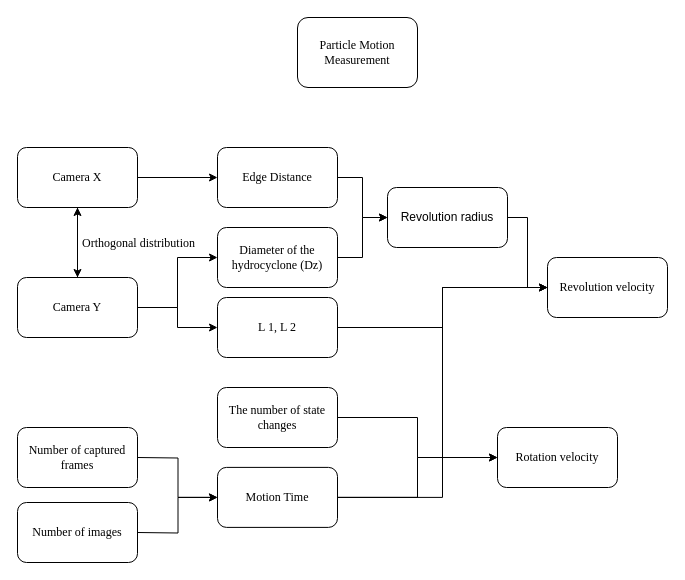
14790897/550-preprocess keeps this draw.io diagram as cvat数据来源/未命名绘图.drawio. Above is the earlier version. Source tidied: cells renumbered, new cells numbered last; positions are measured from the earlier drawing's top-left corner, leaving out a move shared by most shapes. Both pictures are drawn from the tidied source at 100%, with x=0, y=0 at pixel (17, 17).
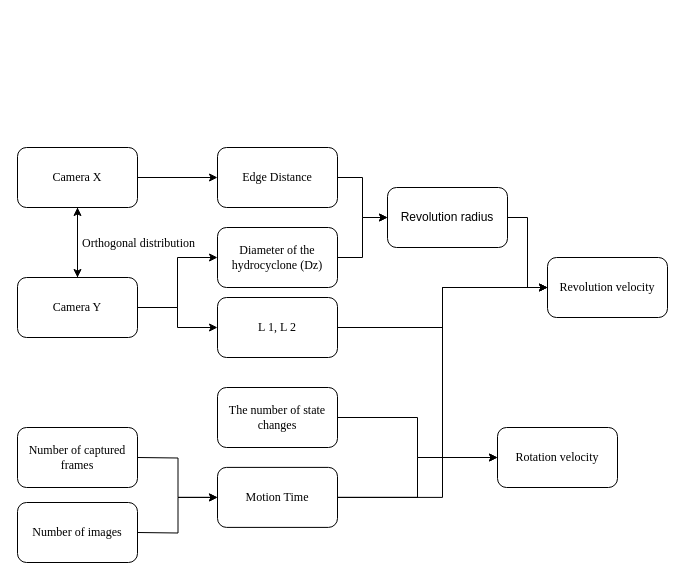
Above is the later version.

Commit message:
更新未命名绘图.drawio

Diff of the diagram source:
```diff
@@
-    <mxCell id="2" value="&lt;div&gt;Particle Motion Measurement&lt;/div&gt;" style="rounded=1;whiteSpace=wrap;html=1;fontSize=12;glass=0;strokeWidth=1;shadow=0;fontFamily=Times New Roman;" parent="1" vertex="1">
-      <mxGeometry x="280" width="120" height="70" as="geometry" />
-    </mxCell>
```
